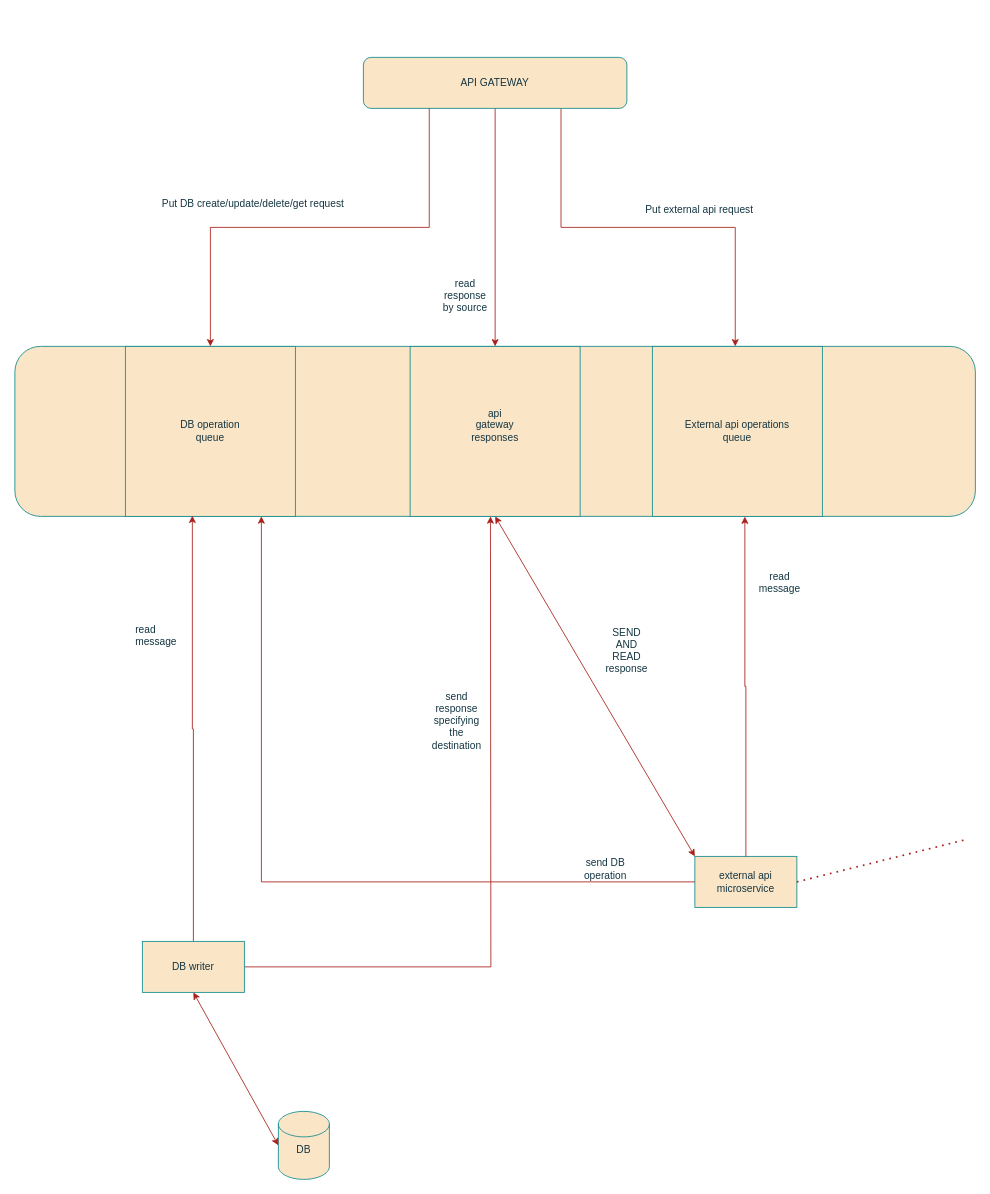
Earlier version of the draw.io diagram docs/diagrams/backend/Decanter_Backend.drawio (void0x23/Decanter). Source tidied: cells renumbered, new cells numbered last; positions are measured from the earlier drawing's top-left corner, leaving out a move shared by most shapes. Both pictures are drawn from the tidied source at 85%, with x=0, y=0 at pixel (14, 57).
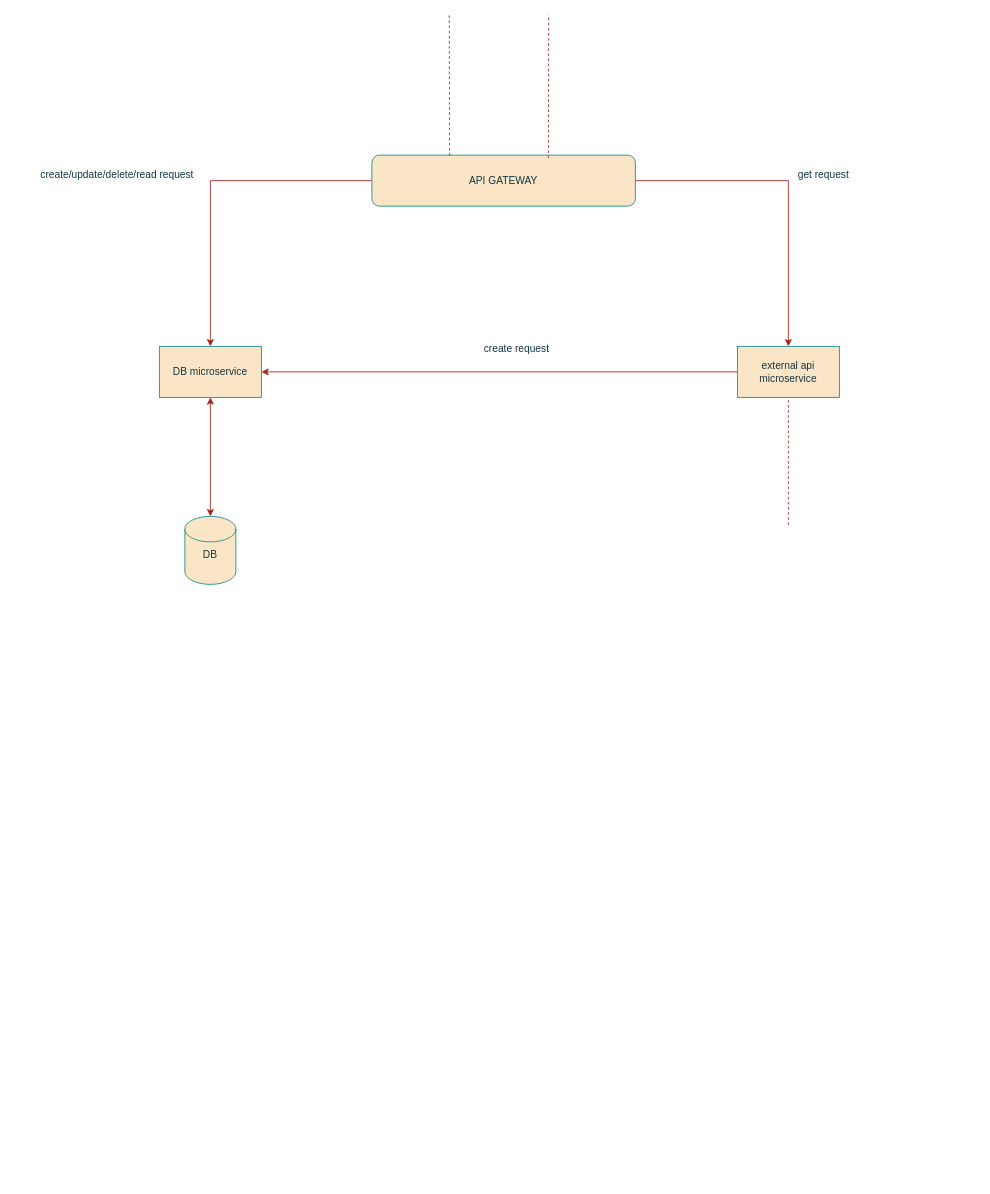
Above is the later version.

Change to the diagram source:
```diff
@@
-    <mxCell id="2" style="edgeStyle=orthogonalEdgeStyle;rounded=0;jettySize=auto;html=1;exitX=0.75;exitY=1;exitDx=0;exitDy=0;entryX=0.75;entryY=0;entryDx=0;entryDy=0;labelBackgroundColor=none;strokeColor=#A8201A;fontColor=default;" parent="1" edge="1" source="4" target="5">
-      <mxGeometry relative="1" as="geometry" />
-    </mxCell>
-    <mxCell id="3" style="edgeStyle=orthogonalEdgeStyle;rounded=0;jettySize=auto;html=1;entryX=0.5;entryY=0;entryDx=0;entryDy=0;strokeColor=#A8201A;fontColor=#143642;fillColor=#FAE5C7;" parent="1" edge="1" source="4" target="23">
-      <mxGeometry relative="1" as="geometry" />
-    </mxCell>
+    <mxCell id="30" style="edgeStyle=orthogonalEdgeStyle;rounded=0;jettySize=auto;html=1;entryX=0.5;entryY=0;entryDx=0;entryDy=0;strokeColor=#A8201A;fontColor=#143642;fillColor=#FAE5C7;" parent="1" edge="1" source="4" target="11">
+      <mxGeometry relative="1" as="geometry" />
+    </mxCell>
+    <mxCell id="31" style="edgeStyle=orthogonalEdgeStyle;rounded=0;jettySize=auto;html=1;strokeColor=#A8201A;fontColor=#143642;fillColor=#FAE5C7;" parent="1" edge="1" source="4" target="10">
+      <mxGeometry relative="1" as="geometry" />
+    </mxCell>
     <mxCell id="4" value="API GATEWAY" style="rounded=1;whiteSpace=wrap;html=1;labelBackgroundColor=none;fillColor=#FAE5C7;strokeColor=#0F8B8D;fontColor=#143642;" parent="1" vertex="1">
-      <mxGeometry x="410" width="310" height="60" as="geometry" />
+      <mxGeometry x="420" y="115" width="310" height="60" as="geometry" />
     </mxCell>
-    <mxCell id="5" value="&lt;div&gt;&lt;br&gt;&lt;/div&gt;&lt;div&gt;&lt;br&gt;&lt;/div&gt;&lt;div&gt;&lt;br&gt;&lt;/div&gt;&lt;div&gt;&lt;br&gt;&lt;/div&gt;" style="rounded=1;whiteSpace=wrap;html=1;labelBackgroundColor=none;fillColor=#FAE5C7;strokeColor=#0F8B8D;fontColor=#143642;" parent="1" vertex="1">
-      <mxGeometry y="340" width="1130" height="200" as="geometry" />
-    </mxCell>
-    <mxCell id="6" value="&lt;div&gt;DB operation &lt;br&gt;&lt;/div&gt;&lt;div&gt;queue&lt;br&gt;&lt;/div&gt;" style="whiteSpace=wrap;html=1;labelBackgroundColor=none;fillColor=#FAE5C7;strokeColor=#0F8B8D;fontColor=#143642;" parent="1" vertex="1">
-      <mxGeometry x="130" y="340" width="200" height="200" as="geometry" />
-    </mxCell>
-    <mxCell id="7" value="&lt;div&gt;External api operations&lt;/div&gt;&lt;div&gt;queue&lt;br&gt;&lt;/div&gt;" style="whiteSpace=wrap;html=1;labelBackgroundColor=none;fillColor=#FAE5C7;strokeColor=#0F8B8D;fontColor=#143642;" parent="1" vertex="1">
-      <mxGeometry x="750" y="340" width="200" height="200" as="geometry" />
-    </mxCell>
-    <mxCell id="8" style="edgeStyle=orthogonalEdgeStyle;rounded=0;jettySize=auto;html=1;exitX=1;exitY=0.5;exitDx=0;exitDy=0;labelBackgroundColor=none;strokeColor=#A8201A;fontColor=default;" parent="1" edge="1" source="10">
-      <mxGeometry relative="1" as="geometry">
-        <mxPoint x="559.5" y="540" as="targetPoint" />
-      </mxGeometry>
-    </mxCell>
-    <mxCell id="9" style="edgeStyle=orthogonalEdgeStyle;rounded=0;jettySize=auto;html=1;entryX=0.394;entryY=0.996;entryDx=0;entryDy=0;strokeColor=#A8201A;fontColor=#143642;fillColor=#FAE5C7;entryPerimeter=0;" parent="1" edge="1" source="10" target="6">
-      <mxGeometry relative="1" as="geometry" />
-    </mxCell>
-    <mxCell id="10" value="DB writer" style="rounded=0;whiteSpace=wrap;html=1;labelBackgroundColor=none;fillColor=#FAE5C7;strokeColor=#0F8B8D;fontColor=#143642;" parent="1" vertex="1">
-      <mxGeometry x="150" y="1040" width="120" height="60" as="geometry" />
+    <mxCell id="10" value="DB microservice" style="rounded=0;whiteSpace=wrap;html=1;labelBackgroundColor=none;fillColor=#FAE5C7;strokeColor=#0F8B8D;fontColor=#143642;" parent="1" vertex="1">
+      <mxGeometry x="170" y="340" width="120" height="60" as="geometry" />
     </mxCell>
+    <mxCell id="32" style="edgeStyle=orthogonalEdgeStyle;rounded=0;jettySize=auto;html=1;entryX=1;entryY=0.5;entryDx=0;entryDy=0;strokeColor=#A8201A;fontColor=#143642;fillColor=#FAE5C7;" parent="1" edge="1" source="11" target="10">
+      <mxGeometry relative="1" as="geometry" />
+    </mxCell>
     <mxCell id="11" value="external api microservice" style="rounded=0;whiteSpace=wrap;html=1;labelBackgroundColor=none;fillColor=#FAE5C7;strokeColor=#0F8B8D;fontColor=#143642;" parent="1" vertex="1">
-      <mxGeometry x="800" y="940" width="120" height="60" as="geometry" />
+      <mxGeometry x="850" y="340" width="120" height="60" as="geometry" />
     </mxCell>
-    <mxCell id="12" style="edgeStyle=orthogonalEdgeStyle;rounded=0;jettySize=auto;html=1;entryX=0.76;entryY=1.001;entryDx=0;entryDy=0;entryPerimeter=0;labelBackgroundColor=none;strokeColor=#A8201A;fontColor=default;" parent="1" edge="1" source="11" target="5">
-      <mxGeometry relative="1" as="geometry" />
-    </mxCell>
     <mxCell id="13" value="&lt;div&gt;DB&lt;/div&gt;&lt;div&gt;&lt;br&gt;&lt;/div&gt;" style="shape=cylinder3;whiteSpace=wrap;html=1;boundedLbl=1;backgroundOutline=1;size=15;labelBackgroundColor=none;fillColor=#FAE5C7;strokeColor=#0F8B8D;fontColor=#143642;" parent="1" vertex="1">
-      <mxGeometry x="310" y="1240" width="60" height="80" as="geometry" />
+      <mxGeometry x="200" y="540" width="60" height="80" as="geometry" />
     </mxCell>
-    <mxCell id="14" style="endArrow=classic;startArrow=classic;html=1;rounded=0;exitX=0;exitY=0.5;exitDx=0;exitDy=0;exitPerimeter=0;entryX=0.5;entryY=1;entryDx=0;entryDy=0;labelBackgroundColor=none;strokeColor=#A8201A;fontColor=default;" parent="1" edge="1" source="13" target="10">
+    <mxCell id="14" style="endArrow=classic;startArrow=classic;html=1;rounded=0;exitX=0.5;exitY=0;exitDx=0;exitDy=0;exitPerimeter=0;entryX=0.5;entryY=1;entryDx=0;entryDy=0;labelBackgroundColor=none;strokeColor=#A8201A;fontColor=default;" parent="1" edge="1" source="13" target="10">
       <mxGeometry relative="1" as="geometry" />
     </mxCell>
-    <mxCell id="15" style="edgeStyle=orthogonalEdgeStyle;rounded=0;jettySize=auto;html=1;exitX=0.25;exitY=1;exitDx=0;exitDy=0;entryX=0.5;entryY=0;entryDx=0;entryDy=0;labelBackgroundColor=none;strokeColor=#A8201A;fontColor=default;" parent="1" edge="1" source="4" target="6">
-      <mxGeometry relative="1" as="geometry" />
-    </mxCell>
-    <mxCell id="16" value="Put external api request" style="text;html=1;align=center;verticalAlign=middle;strokeColor=none;fillColor=none;labelBackgroundColor=none;fontColor=#143642;" parent="1" vertex="1">
-      <mxGeometry x="730" y="165" width="150" height="30" as="geometry" />
-    </mxCell>
-    <mxCell id="17" value="&lt;div&gt;Put DB create/update/delete/get request&lt;/div&gt;&lt;div&gt;&lt;br&gt;&lt;/div&gt;" style="text;html=1;align=center;verticalAlign=middle;strokeColor=none;fillColor=none;labelBackgroundColor=none;fontColor=#143642;" parent="1" vertex="1">
-      <mxGeometry x="160" y="160" width="240" height="40" as="geometry" />
+    <mxCell id="17" value="&lt;div&gt;create/update/delete/read request&lt;/div&gt;&lt;div&gt;&lt;br&gt;&lt;/div&gt;" style="text;html=1;align=center;verticalAlign=middle;strokeColor=none;fillColor=none;labelBackgroundColor=none;fontColor=#143642;" parent="1" vertex="1">
+      <mxGeometry x="20" y="125" width="200" height="40" as="geometry" />
     </mxCell>
-    <mxCell id="18" value="&lt;div&gt;read response&lt;/div&gt;&lt;div&gt;by source&lt;/div&gt;&lt;div&gt;&lt;br&gt;&lt;/div&gt;&lt;div&gt;&lt;br&gt;&lt;/div&gt;" style="text;html=1;align=center;verticalAlign=middle;whiteSpace=wrap;rounded=0;labelBackgroundColor=none;fontColor=#143642;" parent="1" vertex="1">
-      <mxGeometry x="500" y="280" width="60" height="30" as="geometry" />
-    </mxCell>
-    <mxCell id="19" style="edgeStyle=orthogonalEdgeStyle;rounded=0;jettySize=auto;html=1;labelBackgroundColor=none;strokeColor=#A8201A;fontColor=default;" parent="1" edge="1" source="11">
-      <mxGeometry relative="1" as="geometry">
-        <mxPoint x="290" y="540" as="targetPoint" />
-        <Array as="points">
-          <mxPoint x="290" y="970" />
-          <mxPoint x="290" y="542" />
-        </Array>
-      </mxGeometry>
-    </mxCell>
-    <mxCell id="20" value="&lt;div&gt;read message&lt;/div&gt;&lt;div&gt;&lt;br&gt;&lt;/div&gt;" style="text;html=1;align=center;verticalAlign=middle;whiteSpace=wrap;rounded=0;labelBackgroundColor=none;fontColor=#143642;" parent="1" vertex="1">
-      <mxGeometry x="870" y="610" width="60" height="30" as="geometry" />
-    </mxCell>
-    <mxCell id="21" value="send DB operation" style="text;html=1;align=center;verticalAlign=middle;whiteSpace=wrap;rounded=0;labelBackgroundColor=none;fontColor=#143642;" parent="1" vertex="1">
-      <mxGeometry x="665" y="940" width="60" height="30" as="geometry" />
-    </mxCell>
-    <mxCell id="22" value="&lt;div&gt;read&amp;nbsp;&lt;/div&gt;&lt;div&gt;message&lt;/div&gt;&lt;div&gt;&lt;br&gt;&lt;/div&gt;" style="text;whiteSpace=wrap;html=1;labelBackgroundColor=none;fontColor=#143642;" parent="1" vertex="1">
-      <mxGeometry x="140" y="660" width="60" height="50" as="geometry" />
-    </mxCell>
-    <mxCell id="23" style="whiteSpace=wrap;html=1;labelBackgroundColor=none;fillColor=#FAE5C7;strokeColor=#0F8B8D;fontColor=#143642;" parent="1" vertex="1">
-      <mxGeometry x="465" y="340" width="200" height="200" as="geometry" />
-    </mxCell>
-    <mxCell id="24" value="&lt;div&gt;api gateway responses&lt;/div&gt;&lt;div&gt;&lt;br&gt;&lt;/div&gt;" style="text;html=1;align=center;verticalAlign=middle;whiteSpace=wrap;rounded=0;labelBackgroundColor=none;fontColor=#143642;" parent="1" vertex="1">
-      <mxGeometry x="535" y="425" width="60" height="30" as="geometry" />
-    </mxCell>
-    <mxCell id="25" style="endArrow=none;dashed=1;html=1;dashPattern=1 3;strokeWidth=2;rounded=0;exitX=1;exitY=0.5;exitDx=0;exitDy=0;labelBackgroundColor=none;strokeColor=#A8201A;fontColor=default;" parent="1" edge="1" source="11">
-      <mxGeometry relative="1" as="geometry">
-        <mxPoint x="1120" y="920" as="targetPoint" />
-      </mxGeometry>
-    </mxCell>
-    <mxCell id="26" value="&lt;div&gt;&lt;br&gt;&lt;/div&gt;&lt;div&gt;&lt;br&gt;&lt;/div&gt;" style="edgeLabel;html=1;align=center;verticalAlign=middle;strokeColor=#0F8B8D;fontColor=#143642;fillColor=#FAE5C7;" parent="25" vertex="1">
-      <mxGeometry x="-0.12" y="3" relative="1" as="geometry">
-        <mxPoint y="-1" as="offset" />
-      </mxGeometry>
-    </mxCell>
-    <mxCell id="27" value="&lt;div&gt;send response specifying the destination&lt;/div&gt;&lt;div&gt;&lt;br&gt;&lt;/div&gt;&lt;div&gt;&lt;br&gt;&lt;/div&gt;" style="text;html=1;align=center;verticalAlign=middle;whiteSpace=wrap;rounded=0;fontColor=#143642;" parent="1" vertex="1">
-      <mxGeometry x="490" y="780" width="60" height="30" as="geometry" />
-    </mxCell>
-    <mxCell id="28" value="&lt;div&gt;SEND AND READ response&lt;/div&gt;&lt;div&gt;&lt;br&gt;&lt;/div&gt;" style="text;html=1;align=center;verticalAlign=middle;whiteSpace=wrap;rounded=0;fontColor=#143642;" parent="1" vertex="1">
-      <mxGeometry x="690" y="690" width="60" height="30" as="geometry" />
-    </mxCell>
-    <mxCell id="29" style="endArrow=classic;startArrow=classic;html=1;rounded=0;strokeColor=#A8201A;fontColor=#143642;fillColor=#FAE5C7;exitX=0.5;exitY=1;exitDx=0;exitDy=0;entryX=0;entryY=0;entryDx=0;entryDy=0;" parent="1" edge="1" source="23" target="11">
-      <mxGeometry relative="1" as="geometry" />
-    </mxCell>
+    <mxCell id="33" value="create request" style="text;html=1;align=center;verticalAlign=middle;strokeColor=none;fillColor=none;fontColor=#143642;" parent="1" vertex="1">
+      <mxGeometry x="540" y="328" width="100" height="30" as="geometry" />
+    </mxCell>
+    <mxCell id="34" value="&lt;div&gt;get request&lt;/div&gt;&lt;div&gt;&lt;br&gt;&lt;/div&gt;" style="text;html=1;align=center;verticalAlign=middle;strokeColor=none;fillColor=none;fontColor=#143642;" parent="1" vertex="1">
+      <mxGeometry x="911" y="125" width="80" height="40" as="geometry" />
+    </mxCell>
+    <mxCell id="35" style="endArrow=none;dashed=1;html=1;rounded=0;strokeColor=#A8201A;fontColor=#143642;fillColor=#FAE5C7;entryX=0.5;entryY=1;entryDx=0;entryDy=0;" parent="1" edge="1" target="11">
+      <mxGeometry relative="1" as="geometry">
+        <mxPoint x="910" y="550" as="sourcePoint" />
+      </mxGeometry>
+    </mxCell>
+    <mxCell id="36" style="endArrow=none;dashed=1;html=1;rounded=0;strokeColor=#A8201A;fontColor=#143642;fillColor=#FAE5C7;exitX=0.295;exitY=0.011;exitDx=0;exitDy=0;exitPerimeter=0;" parent="1" edge="1" source="4">
+      <mxGeometry relative="1" as="geometry">
+        <mxPoint x="511" y="-50" as="targetPoint" />
+      </mxGeometry>
+    </mxCell>
+    <mxCell id="37" style="endArrow=none;dashed=1;html=1;rounded=0;strokeColor=#A8201A;fontColor=#143642;fillColor=#FAE5C7;exitX=0.67;exitY=0.056;exitDx=0;exitDy=0;exitPerimeter=0;" parent="1" edge="1" source="4">
+      <mxGeometry relative="1" as="geometry">
+        <mxPoint x="628" y="-50" as="targetPoint" />
+      </mxGeometry>
+    </mxCell>
```
